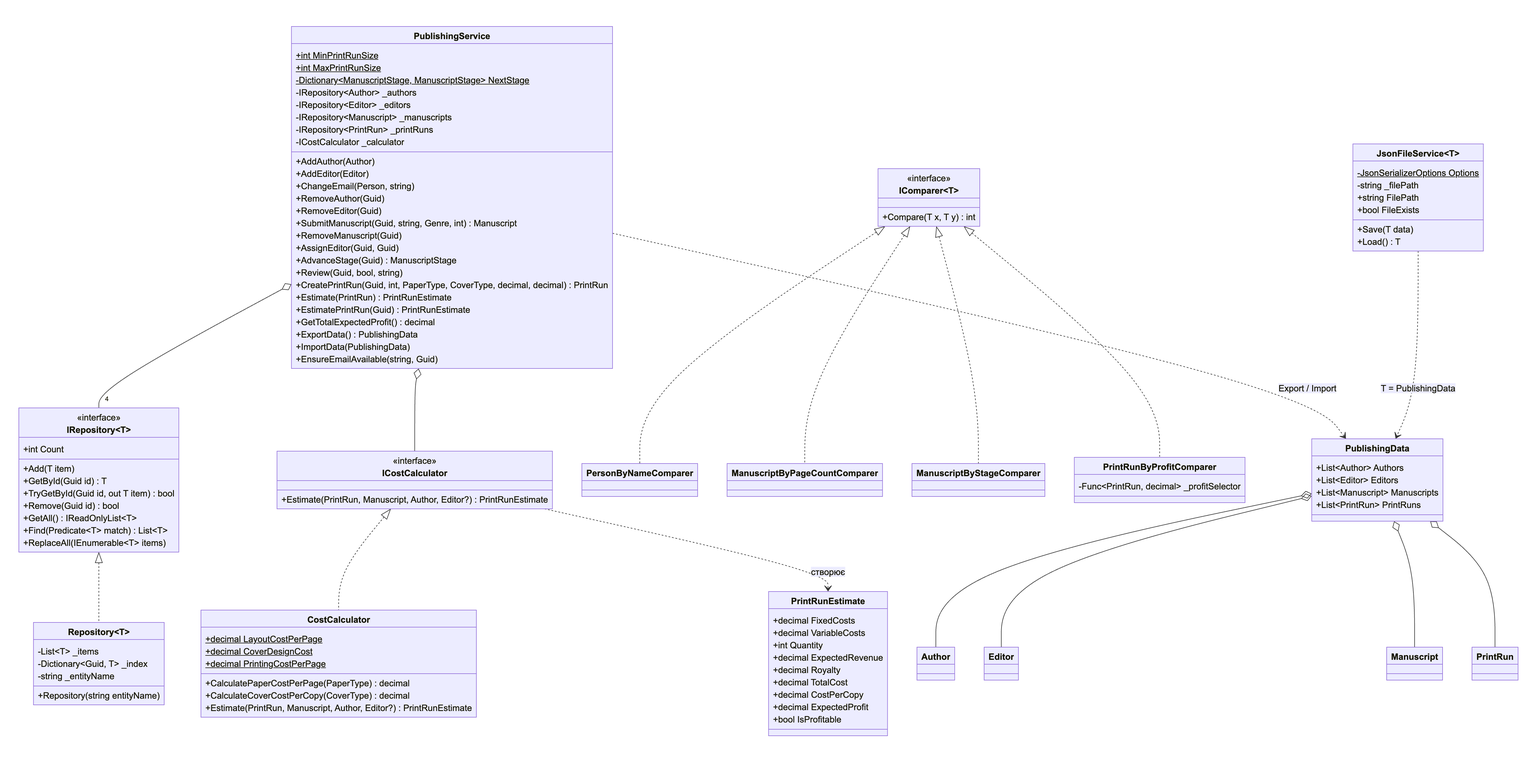
Earlier version of the Mermaid export coursework_2026/docs/uml/2_services.png (oljyaaa/OOP_practice). Its source is kept beside it as coursework_2026/docs/uml/2_services.mmd. Its diagram source:
```mermaid
classDiagram
    direction TB
    class IRepository~T~ {
        <<interface>>
        +int Count
        +Add(T item)
        +GetById(Guid id) T
        +TryGetById(Guid id, out T item) bool
        +Remove(Guid id) bool
        +GetAll() IReadOnlyList~T~
        +Find(Predicate~T~ match) List~T~
        +ReplaceAll(IEnumerable~T~ items)
    }
    class Repository~T~ {
        -List~T~ _items
        -Dictionary~Guid, T~ _index
        -string _entityName
        +Repository(string entityName)
    }
    class ICostCalculator {
        <<interface>>
        +Estimate(PrintRun, Manuscript, Author, Editor?) PrintRunEstimate
    }
    class CostCalculator {
        +decimal LayoutCostPerPage$
        +decimal CoverDesignCost$
        +decimal PrintingCostPerPage$
        +CalculatePaperCostPerPage(PaperType) decimal
        +CalculateCoverCostPerCopy(CoverType) decimal
        +Estimate(PrintRun, Manuscript, Author, Editor?) PrintRunEstimate
    }
    class PublishingService {
        +int MinPrintRunSize$
        +int MaxPrintRunSize$
        -Dictionary~ManuscriptStage, ManuscriptStage~ NextStage$
        -IRepository~Author~ _authors
        -IRepository~Editor~ _editors
        -IRepository~Manuscript~ _manuscripts
        -IRepository~PrintRun~ _printRuns
        -ICostCalculator _calculator
        +AddAuthor(Author)
        +AddEditor(Editor)
        +ChangeEmail(Person, string)
        +RemoveAuthor(Guid)
        +RemoveEditor(Guid)
        +SubmitManuscript(Guid, string, Genre, int) Manuscript
        +RemoveManuscript(Guid)
        +AssignEditor(Guid, Guid)
        +AdvanceStage(Guid) ManuscriptStage
        +Review(Guid, bool, string)
        +CreatePrintRun(Guid, int, PaperType, CoverType, decimal, decimal) PrintRun
        +Estimate(PrintRun) PrintRunEstimate
        +EstimatePrintRun(Guid) PrintRunEstimate
        +GetTotalExpectedProfit() decimal
        +ExportData() PublishingData
        +ImportData(PublishingData)
        +EnsureEmailAvailable(string, Guid)
    }
    class JsonFileService~T~ {
        -JsonSerializerOptions Options$
        -string _filePath
        +string FilePath
        +bool FileExists
        +Save(T data)
        +Load() T
    }
    class IComparer~T~ {
        <<interface>>
        +Compare(T x, T y) int
    }
    class PersonByNameComparer
    class ManuscriptByPageCountComparer
    class ManuscriptByStageComparer
    class PrintRunByProfitComparer {
        -Func~PrintRun, decimal~ _profitSelector
    }

    class PrintRunEstimate {
        +decimal FixedCosts
        +decimal VariableCosts
        +int Quantity
        +decimal ExpectedRevenue
        +decimal Royalty
        +decimal TotalCost
        +decimal CostPerCopy
        +decimal ExpectedProfit
        +bool IsProfitable
    }
    class PublishingData {
        +List~Author~ Authors
        +List~Editor~ Editors
        +List~Manuscript~ Manuscripts
        +List~PrintRun~ PrintRuns
    }
    class Author
    class Editor
    class Manuscript
    class PrintRun

    IRepository~T~ <|.. Repository~T~
    ICostCalculator <|.. CostCalculator
    PublishingService o-- "4" IRepository~T~
    PublishingService o-- ICostCalculator
    PublishingService ..> PublishingData : Export / Import
    ICostCalculator ..> PrintRunEstimate : створює
    PublishingData o-- Author
    PublishingData o-- Editor
    PublishingData o-- Manuscript
    PublishingData o-- PrintRun
    JsonFileService~T~ ..> PublishingData : T = PublishingData
    IComparer~T~ <|.. PersonByNameComparer
    IComparer~T~ <|.. ManuscriptByPageCountComparer
    IComparer~T~ <|.. ManuscriptByStageComparer
    IComparer~T~ <|.. PrintRunByProfitComparer
```
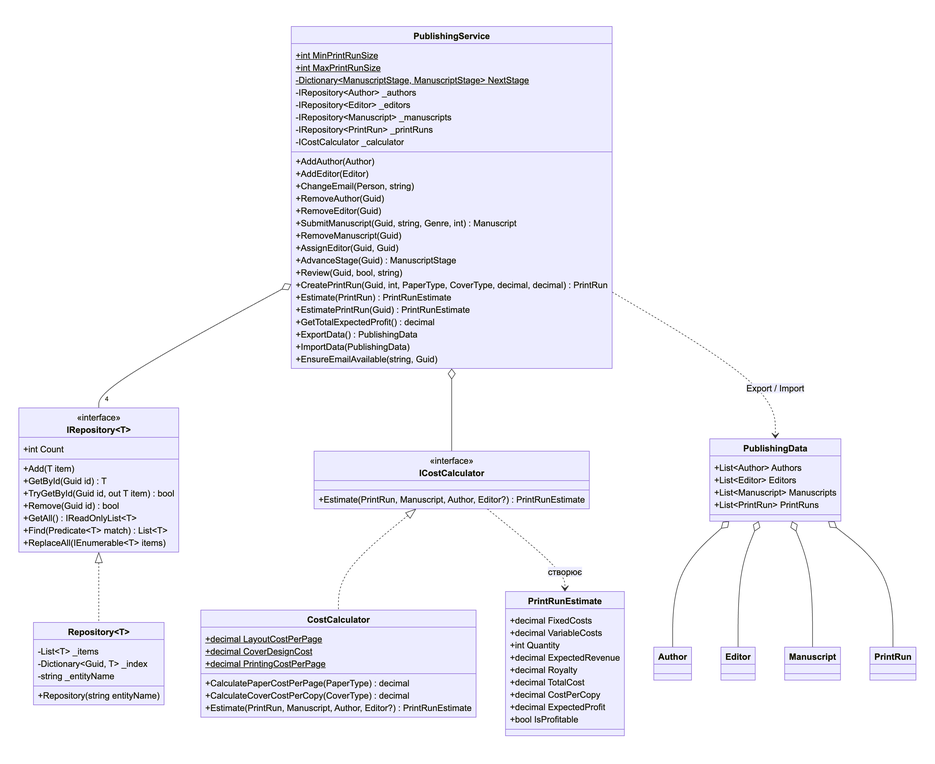
Later version of the same file.

Change to the diagram source:
```diff
@@ -56,25 +56,6 @@
         +ImportData(PublishingData)
         +EnsureEmailAvailable(string, Guid)
     }
-    class JsonFileService~T~ {
-        -JsonSerializerOptions Options$
-        -string _filePath
-        +string FilePath
-        +bool FileExists
-        +Save(T data)
-        +Load() T
-    }
-    class IComparer~T~ {
-        <<interface>>
-        +Compare(T x, T y) int
-    }
-    class PersonByNameComparer
-    class ManuscriptByPageCountComparer
-    class ManuscriptByStageComparer
-    class PrintRunByProfitComparer {
-        -Func~PrintRun, decimal~ _profitSelector
-    }
-
     class PrintRunEstimate {
         +decimal FixedCosts
         +decimal VariableCosts
@@ -101,14 +82,9 @@
     ICostCalculator <|.. CostCalculator
     PublishingService o-- "4" IRepository~T~
     PublishingService o-- ICostCalculator
+    ICostCalculator ..> PrintRunEstimate : створює
     PublishingService ..> PublishingData : Export / Import
-    ICostCalculator ..> PrintRunEstimate : створює
     PublishingData o-- Author
     PublishingData o-- Editor
     PublishingData o-- Manuscript
     PublishingData o-- PrintRun
-    JsonFileService~T~ ..> PublishingData : T = PublishingData
-    IComparer~T~ <|.. PersonByNameComparer
-    IComparer~T~ <|.. ManuscriptByPageCountComparer
-    IComparer~T~ <|.. ManuscriptByStageComparer
-    IComparer~T~ <|.. PrintRunByProfitComparer
```
